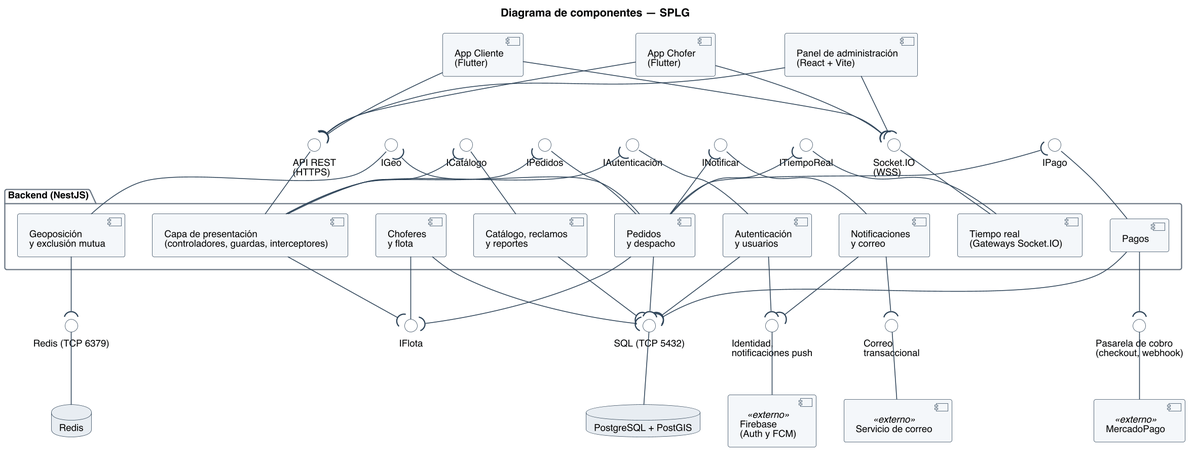
Before: diagramas/uml/UML_Componentes.png, a diagram exported from PlantUML (Nahuelito-Dev/splg-docs). Source of this version:
```plantuml
@startuml
title Diagrama de componentes — SPLG
skinparam backgroundColor #FFFFFF
skinparam shadowing false
skinparam defaultFontName Helvetica
skinparam defaultFontSize 12
skinparam dpi 150
skinparam componentStyle uml2
skinparam nodesep 25
skinparam ArrowColor #2C4257
skinparam ArrowFontSize 11
skinparam component {
  BorderColor #2C4257
  BackgroundColor #F4F7FA
}
skinparam package {
  BorderColor #6B7683
  FontStyle bold
}
skinparam interface {
  BorderColor #2C4257
  BackgroundColor #FFFFFF
}
skinparam database {
  BorderColor #2C4257
  BackgroundColor #E8EDF2
}
skinparam nodesep 35
skinparam ranksep 50

component "App Cliente\n(Flutter)" as AC
component "App Chofer\n(Flutter)" as AD
component "Panel de administración\n(React + Vite)" as PA

package "Backend (NestJS)" as BE {
  component "Capa de presentación\n(controladores, guardas, interceptores)" as API
  component "Tiempo real\n(Gateways Socket.IO)" as RT
  component "Autenticación\ny usuarios" as AUTH
  component "Pedidos\ny despacho" as PED
  component "Pagos" as PAG
  component "Choferes\ny flota" as FLO
  component "Catálogo, reclamos\ny reportes" as CAT
  component "Notificaciones\ny correo" as NOT
  component "Geoposición\ny exclusión mutua" as GEO
}

database "PostgreSQL + PostGIS" as PG
database "Redis" as RD
component "Firebase\n(Auth y FCM)" as FB <<externo>>
component "MercadoPago" as MP <<externo>>
component "Servicio de correo" as ML <<externo>>

() "API REST\n(HTTPS)" as IREST
() "Socket.IO\n(WSS)" as IWS
() "IAutenticación" as IAUT
() "IPedidos" as IPED
() "IPago" as IPAG
() "IFlota" as IFLO
() "ICatálogo" as ICAT
() "INotificar" as INOT
() "IGeo" as IGEO
() "ITiempoReal" as IRT


AC -down-( IREST
AD -down-( IREST
PA -down-( IREST
AC -down-( IWS
AD -down-( IWS
PA -down-( IWS
API -up- IREST
RT -up- IWS

API -down-( IAUT
API -down-( IPED
API -down-( IFLO
API -down-( ICAT
AUTH -up- IAUT
PED -up- IPED
FLO -up- IFLO
CAT -up- ICAT

PED -down-( IPAG
PAG -up- IPAG
PED -down-( INOT
NOT -up- INOT
PED -down-( IGEO
GEO -up- IGEO
PED -down-( IRT
RT -up- IRT
PED -down-( IFLO

() "Identidad,\nnotificaciones push" as IFB
() "Pasarela de cobro\n(checkout, webhook)" as IMP
() "Correo\ntransaccional" as IML
() "SQL (TCP 5432)" as ISQL
() "Redis (TCP 6379)" as IRD
FB -up- IFB
MP -up- IMP
ML -up- IML
PG -up- ISQL
RD -up- IRD
AUTH -down-( IFB
NOT -down-( IFB
PAG -down-( IMP
NOT -down-( IML
GEO -down-( IRD
PED -down-( ISQL
FLO -down-( ISQL
AUTH -down-( ISQL
CAT -down-( ISQL
PAG -down-( ISQL
@enduml
```
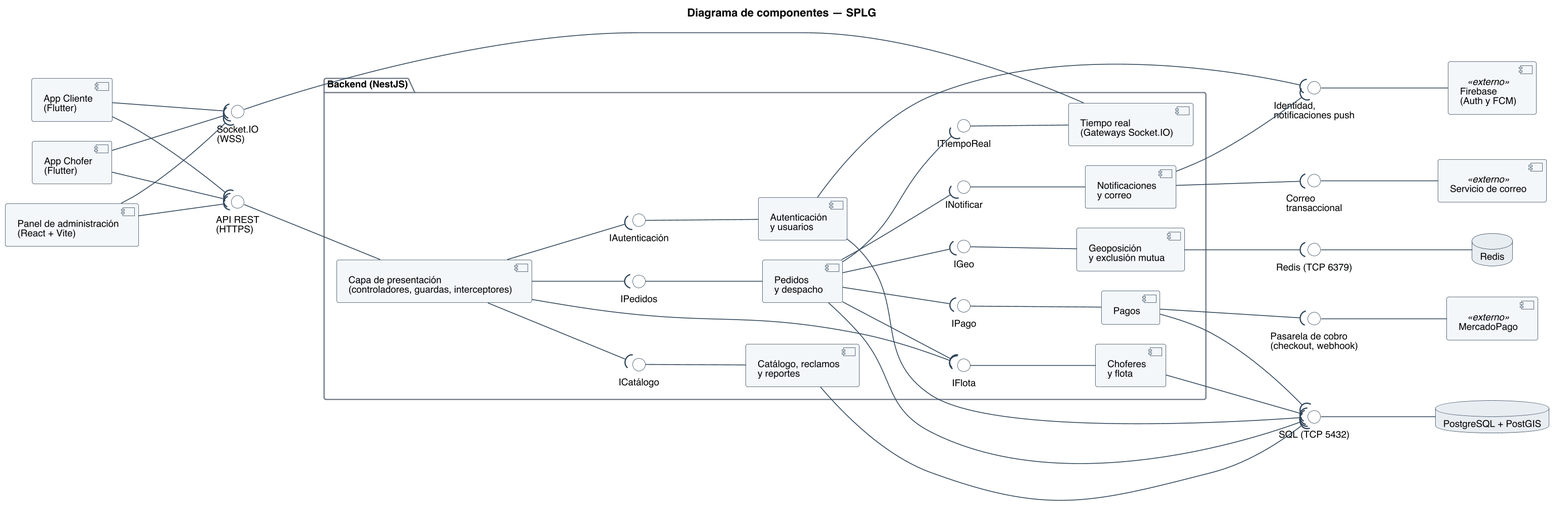
Above is the later version.

What changed in the source:
```diff
@@ -25,8 +25,9 @@
   BorderColor #2C4257
   BackgroundColor #E8EDF2
 }
-skinparam nodesep 35
-skinparam ranksep 50
+left to right direction
+skinparam nodesep 25
+skinparam ranksep 90
 
 component "App Cliente\n(Flutter)" as AC
 component "App Chofer\n(Flutter)" as AD
@@ -42,6 +43,14 @@
   component "Catálogo, reclamos\ny reportes" as CAT
   component "Notificaciones\ny correo" as NOT
   component "Geoposición\ny exclusión mutua" as GEO
+  () "IAutenticación" as IAUT
+  () "IPedidos" as IPED
+  () "IPago" as IPAG
+  () "IFlota" as IFLO
+  () "ICatálogo" as ICAT
+  () "INotificar" as INOT
+  () "IGeo" as IGEO
+  () "ITiempoReal" as IRT
 }
 
 database "PostgreSQL + PostGIS" as PG
@@ -52,14 +61,6 @@
 
 () "API REST\n(HTTPS)" as IREST
 () "Socket.IO\n(WSS)" as IWS
-() "IAutenticación" as IAUT
-() "IPedidos" as IPED
-() "IPago" as IPAG
-() "IFlota" as IFLO
-() "ICatálogo" as ICAT
-() "INotificar" as INOT
-() "IGeo" as IGEO
-() "ITiempoReal" as IRT
 
 
 AC -down-( IREST
```
